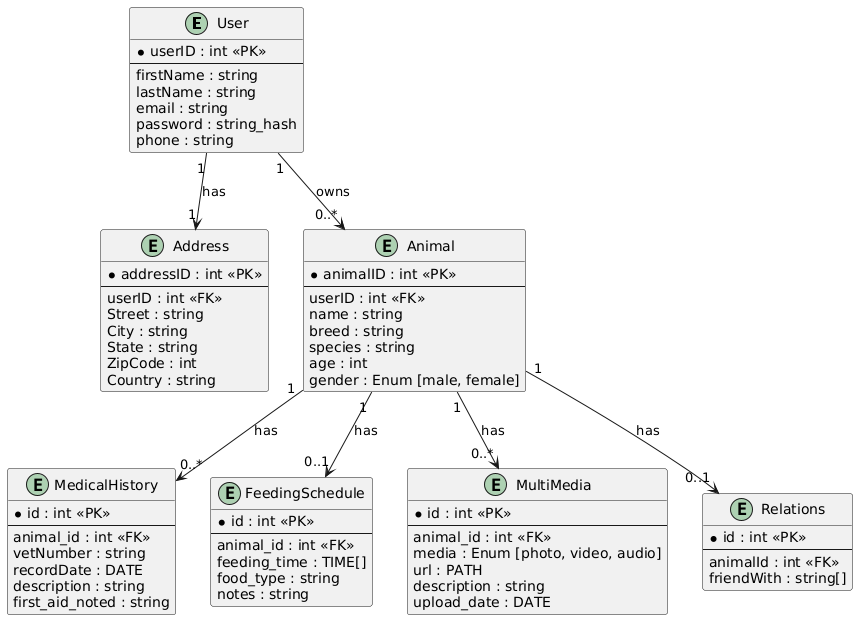
Earlier version of the PlantUML export db/UML.png (Florea123/Pet-Adoption-on-Web). The source it was exported from:
```plantuml
@startuml
entity User {
  * userID : int <<PK>>
  --
  firstName : string
  lastName : string
  email : string
  password : string_hash
  phone : string
}

entity Address {
  * addressID : int <<PK>>
  --
  userID : int <<FK>>
  Street : string
  City : string
  State : string
  ZipCode : int
  Country : string
}

entity Animal {
  * animalID : int <<PK>>
  --
  userID : int <<FK>>
  name : string
  breed : string
  species : string
  age : int
  gender : Enum [male, female]
}

entity MedicalHistory {
  * id : int <<PK>>
  --
  animal_id : int <<FK>>
  vetNumber : string
  recordDate : DATE
  description : string
  first_aid_noted : string
}

entity FeedingSchedule {
  * id : int <<PK>>
  --
  animal_id : int <<FK>>
  feeding_time : TIME[]
  food_type : string
  notes : string
}

entity MultiMedia {
  * id : int <<PK>>
  --
  animal_id : int <<FK>>
  media : Enum [photo, video, audio]
  url : PATH
  description : string
  upload_date : DATE
}

entity Relations {
  * id : int <<PK>>
  --
  animalId : int <<FK>>
  friendWith : string[]
}

User "1" --> "1" Address : has
User "1" --> "0..*" Animal : owns
Animal "1" --> "0..*" MedicalHistory : has
Animal "1" --> "0..1" FeedingSchedule : has
Animal "1" --> "0..*" MultiMedia : has
Animal "1" --> "0..1" Relations : has
@enduml
```
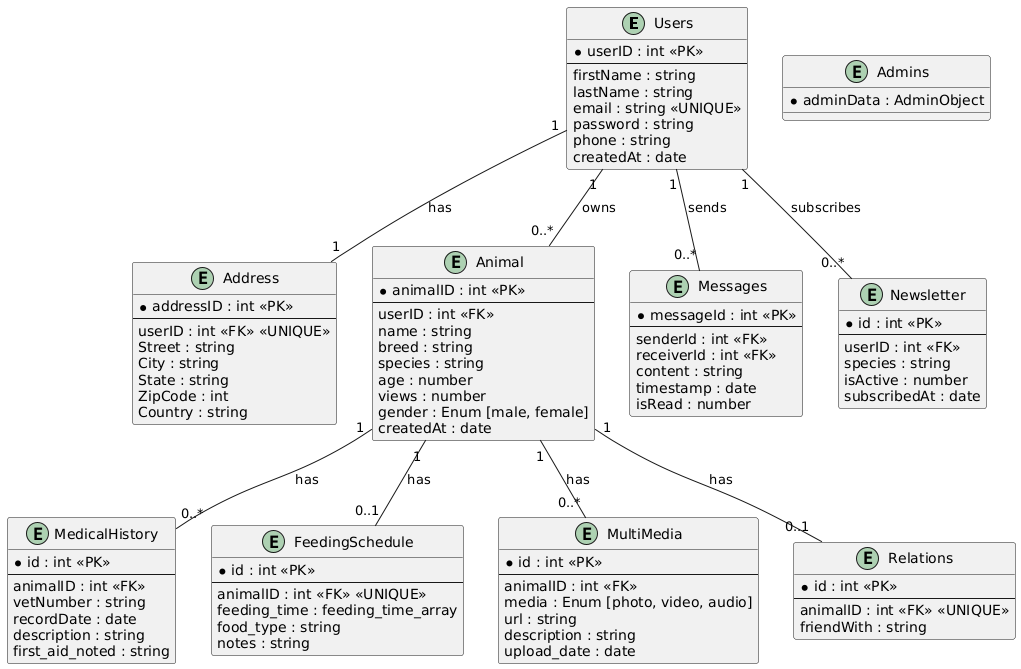
After the commit.

Commit message:
updated UML diagram + uploaded demo video to readme

Change to the diagram source:
```diff
@@ -1,18 +1,23 @@
 @startuml
-entity User {
+entity Users {
   * userID : int <<PK>>
   --
   firstName : string
   lastName : string
-  email : string
-  password : string_hash
+  email : string <<UNIQUE>>
+  password : string
   phone : string
+  createdAt : date
+}
+
+entity Admins {
+  * adminData : AdminObject
 }
 
 entity Address {
   * addressID : int <<PK>>
   --
-  userID : int <<FK>>
+  userID : int <<FK>> <<UNIQUE>>
   Street : string
   City : string
   State : string
@@ -27,16 +32,18 @@
   name : string
   breed : string
   species : string
-  age : int
+  age : number
+  views : number
   gender : Enum [male, female]
+  createdAt : date
 }
 
 entity MedicalHistory {
   * id : int <<PK>>
   --
-  animal_id : int <<FK>>
+  animalID : int <<FK>>
   vetNumber : string
-  recordDate : DATE
+  recordDate : date
   description : string
   first_aid_noted : string
 }
@@ -44,8 +51,8 @@
 entity FeedingSchedule {
   * id : int <<PK>>
   --
-  animal_id : int <<FK>>
-  feeding_time : TIME[]
+  animalID : int <<FK>> <<UNIQUE>>
+  feeding_time : feeding_time_array
   food_type : string
   notes : string
 }
@@ -53,24 +60,45 @@
 entity MultiMedia {
   * id : int <<PK>>
   --
-  animal_id : int <<FK>>
+  animalID : int <<FK>>
   media : Enum [photo, video, audio]
-  url : PATH
+  url : string
   description : string
-  upload_date : DATE
+  upload_date : date
 }
 
 entity Relations {
   * id : int <<PK>>
   --
-  animalId : int <<FK>>
-  friendWith : string[]
+  animalID : int <<FK>> <<UNIQUE>>
+  friendWith : string
 }
 
-User "1" --> "1" Address : has
-User "1" --> "0..*" Animal : owns
-Animal "1" --> "0..*" MedicalHistory : has
-Animal "1" --> "0..1" FeedingSchedule : has
-Animal "1" --> "0..*" MultiMedia : has
-Animal "1" --> "0..1" Relations : has
+entity Messages {
+  * messageId : int <<PK>>
+  --
+  senderId : int <<FK>>
+  receiverId : int <<FK>>
+  content : string
+  timestamp : date
+  isRead : number
+}
+
+entity Newsletter {
+  * id : int <<PK>>
+  --
+  userID : int <<FK>>
+  species : string
+  isActive : number
+  subscribedAt : date
+}
+
+Users "1" -- "1" Address : has
+Users "1" -- "0..*" Animal : owns
+Animal "1" -- "0..*" MedicalHistory : has
+Animal "1" -- "0..1" FeedingSchedule : has
+Animal "1" -- "0..*" MultiMedia : has
+Animal "1" -- "0..1" Relations : has
+Users "1" -- "0..*" Messages : sends
+Users "1" -- "0..*" Newsletter : subscribes
 @enduml
```
